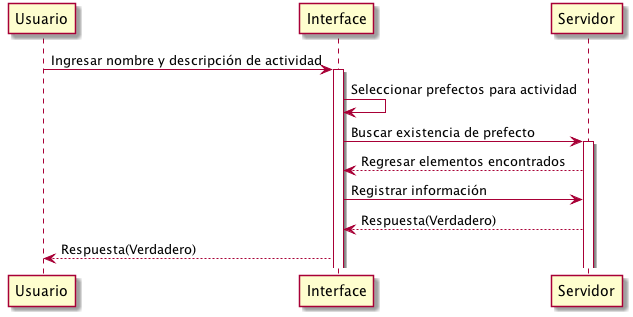
axgtz/AyM-de-Sistemas-de-Software keeps this PlantUML diagram as Proyecto/diagramaSecuenciaRegistroActividad.png. Above is the earlier version. The source it was exported from:
```plantuml
@startuml
participant Usuario

Usuario -> Interface: Ingresar nombre y descripción de actividad
activate Interface

Interface -> Interface: Seleccionar prefectos para actividad

Interface -> Servidor: Buscar existencia de prefecto
activate Servidor

Servidor --> Interface: Regresar elementos encontrados

Interface -> Servidor: Registrar información

Servidor --> Interface: Respuesta(Verdadero)

Interface --> Usuario: Respuesta(Verdadero)
@enduml
```
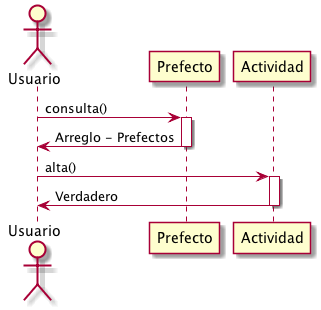
Later version of the same file.

Commit message:
added diagramms, corrected project diagrams to fit database

Change to the diagram source:
```diff
@@ -1,19 +1,13 @@
 @startuml
-participant Usuario
+actor Usuario
 
-Usuario -> Interface: Ingresar nombre y descripción de actividad
-activate Interface
+Usuario -> Prefecto: consulta()
+activate Prefecto
+Prefecto -> Usuario: Arreglo - Prefectos
+deactivate Prefecto
 
-Interface -> Interface: Seleccionar prefectos para actividad
-
-Interface -> Servidor: Buscar existencia de prefecto
-activate Servidor
-
-Servidor --> Interface: Regresar elementos encontrados
-
-Interface -> Servidor: Registrar información
-
-Servidor --> Interface: Respuesta(Verdadero)
-
-Interface --> Usuario: Respuesta(Verdadero)
+Usuario -> Actividad: alta()
+activate Actividad
+Actividad -> Usuario: Verdadero
+deactivate Actividad
 @enduml
```
